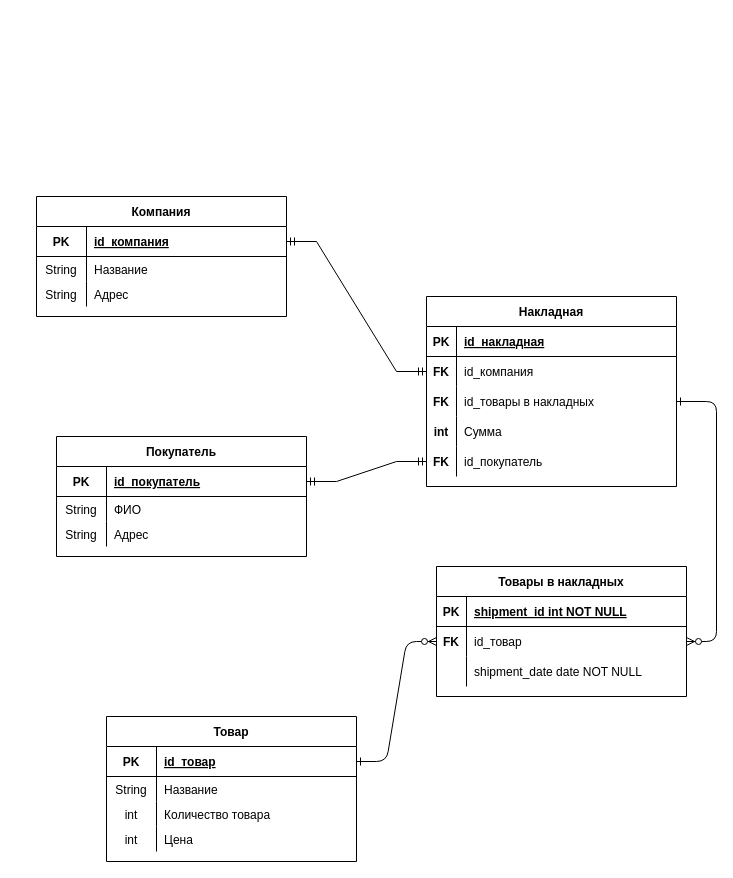
KREeDo5/data-bases keeps this draw.io diagram as LW_2/invoices.drawio. Above is the earlier version. Source tidied: cells renumbered, new cells numbered last; positions are measured from the earlier drawing's top-left corner, leaving out a move shared by most shapes. Both pictures are drawn from the tidied source at 100%, with x=0, y=0 at pixel (36, 196).
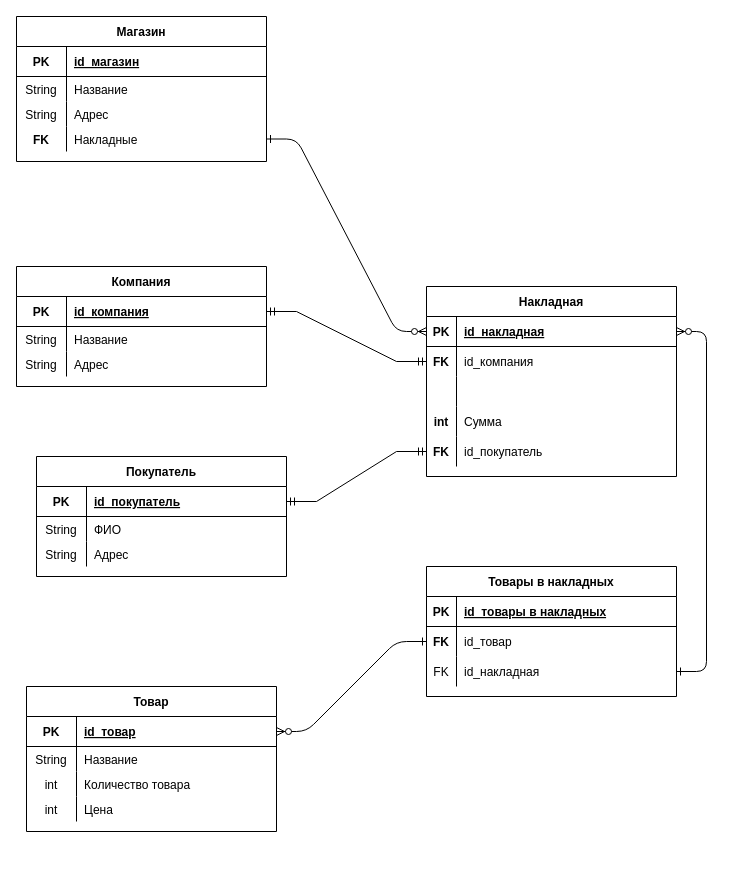
After the change.

Commit message (it also covers changes not shown here):
Обновил отношения и добавил сущности

The change refers to these unchanged cells:
```xml
<mxCell id="5" style="shape=partialRectangle;fillColor=none;points=[[0,0.5],[1,0.5]];portConstraint=eastwest;top=0;left=0;right=0;bottom=1;" parent="4" vertex="1">
  <mxGeometry y="30" width="250" height="30" as="geometry" />
</mxCell>
<mxCell id="11" style="shape=partialRectangle;fillColor=none;points=[[0,0.5],[1,0.5]];portConstraint=eastwest;top=0;left=0;right=0;bottom=0;" parent="4" vertex="1">
  <mxGeometry y="90" width="250" height="30" as="geometry" />
</mxCell>
<mxCell id="21" style="shape=partialRectangle;fillColor=none;top=0;left=0;right=0;bottom=1;" parent="20" vertex="1">
  <mxGeometry y="30" width="250" height="30" as="geometry" />
</mxCell>
<mxCell id="24" style="shape=partialRectangle;fillColor=none;points=[[0,0.5],[1,0.5]];portConstraint=eastwest;top=0;left=0;right=0;bottom=0;" parent="20" vertex="1">
  <mxGeometry y="60" width="250" height="30" as="geometry" />
</mxCell>
<mxCell id="27" style="shape=partialRectangle;fillColor=none;points=[[0,0.5],[1,0.5]];portConstraint=eastwest;top=0;left=0;right=0;bottom=0;" parent="20" vertex="1">
  <mxGeometry y="90" width="250" height="30" as="geometry" />
</mxCell>
<mxCell id="31" style="shape=partialRectangle;fillColor=none;points=[[0,0.5],[1,0.5]];portConstraint=eastwest;top=0;left=0;right=0;bottom=1;" parent="30" vertex="1">
  <mxGeometry y="30" width="250" height="30" as="geometry" />
</mxCell>
```

Diff of the diagram source:
```diff
@@
-    <mxCell id="2" style="edgeStyle=entityRelationEdgeStyle;endArrow=ERzeroToMany;startArrow=ERone;endFill=1;startFill=0;entryX=0;entryY=0.5;entryDx=0;entryDy=0;" parent="1" edge="1" source="31" target="24">
+    <mxCell id="2" style="edgeStyle=entityRelationEdgeStyle;endArrow=ERzeroToMany;startArrow=ERone;endFill=1;startFill=0;exitX=0;exitY=0.5;exitDx=0;exitDy=0;entryX=1;entryY=0.5;entryDx=0;entryDy=0;" parent="1" edge="1" source="24" target="31">
       <mxGeometry relative="1" as="geometry" />
     </mxCell>
-    <mxCell id="3" style="edgeStyle=entityRelationEdgeStyle;endArrow=ERzeroToMany;startArrow=ERone;endFill=1;startFill=0;exitX=1;exitY=0.5;exitDx=0;exitDy=0;" parent="1" edge="1" source="11" target="24">
+    <mxCell id="3" style="edgeStyle=entityRelationEdgeStyle;endArrow=ERzeroToMany;startArrow=ERone;endFill=1;startFill=0;exitX=1;exitY=0.5;exitDx=0;exitDy=0;entryX=1;entryY=0.5;entryDx=0;entryDy=0;" parent="1" edge="1" source="27" target="5">
       <mxGeometry relative="1" as="geometry" />
     </mxCell>
     <mxCell id="4" value="Накладная" style="shape=table;startSize=30;childLayout=tableLayout;rowLines=0;fontStyle=1;align=center;" parent="1" vertex="1">
-      <mxGeometry x="390" y="100" width="250" height="190" as="geometry" />
+      <mxGeometry x="390" y="90" width="250" height="190" as="geometry" />
     </mxCell>
@@
-    <mxCell id="12" value="FK" style="shape=partialRectangle;overflow=hidden;fillColor=none;top=0;left=0;bottom=0;right=0;fontStyle=1;" parent="11" vertex="1">
+    <mxCell id="12" style="shape=partialRectangle;overflow=hidden;fillColor=none;top=0;left=0;bottom=0;right=0;fontStyle=1;" parent="11" vertex="1">
       <mxGeometry width="30" height="30" as="geometry" />
     </mxCell>
-    <mxCell id="13" value="id_товары в накладных" style="shape=partialRectangle;overflow=hidden;fillColor=none;top=0;left=0;bottom=0;right=0;align=left;spacingLeft=6;" parent="11" vertex="1">
+    <mxCell id="13" style="shape=partialRectangle;overflow=hidden;fillColor=none;top=0;left=0;bottom=0;right=0;align=left;spacingLeft=6;" parent="11" vertex="1">
       <mxGeometry x="30" width="220" height="30" as="geometry" />
     </mxCell>
@@
     <mxCell id="20" value="Товары в накладных" style="shape=table;startSize=30;childLayout=tableLayout;rowLines=0;fontStyle=1;align=center;" parent="1" vertex="1">
-      <mxGeometry x="400" y="370" width="250" height="130" as="geometry" />
+      <mxGeometry x="390" y="370" width="250" height="130" as="geometry" />
     </mxCell>
@@
-    <mxCell id="23" value="shipment_id int NOT NULL " style="shape=partialRectangle;overflow=hidden;fillColor=none;top=0;left=0;bottom=0;right=0;align=left;spacingLeft=6;fontStyle=5;" parent="21" vertex="1">
+    <mxCell id="23" value="id_товары в накладных" style="shape=partialRectangle;overflow=hidden;fillColor=none;top=0;left=0;bottom=0;right=0;align=left;spacingLeft=6;fontStyle=5;" parent="21" vertex="1">
       <mxGeometry x="30" width="220" height="30" as="geometry" />
     </mxCell>
@@
-    <mxCell id="28" style="shape=partialRectangle;overflow=hidden;fillColor=none;top=0;left=0;bottom=0;right=0;" parent="27" vertex="1">
+    <mxCell id="28" value="FK" style="shape=partialRectangle;overflow=hidden;fillColor=none;top=0;left=0;bottom=0;right=0;" parent="27" vertex="1">
       <mxGeometry width="30" height="30" as="geometry" />
     </mxCell>
-    <mxCell id="29" value="shipment_date date NOT NULL" style="shape=partialRectangle;overflow=hidden;fillColor=none;top=0;left=0;bottom=0;right=0;align=left;spacingLeft=6;" parent="27" vertex="1">
+    <mxCell id="29" value="id_накладная" style="shape=partialRectangle;overflow=hidden;fillColor=none;top=0;left=0;bottom=0;right=0;align=left;spacingLeft=6;" parent="27" vertex="1">
       <mxGeometry x="30" width="220" height="30" as="geometry" />
     </mxCell>
     <mxCell id="30" value="Товар" style="shape=table;startSize=30;childLayout=tableLayout;rowLines=0;fontStyle=1;align=center;" parent="1" vertex="1">
-      <mxGeometry x="70" y="520" width="250" height="145" as="geometry" />
+      <mxGeometry x="-10" y="490" width="250" height="145" as="geometry" />
     </mxCell>
@@
     <mxCell id="43" value="Компания" style="shape=table;startSize=30;childLayout=tableLayout;rowLines=0;fontStyle=1;align=center;" parent="1" vertex="1">
-      <mxGeometry width="250" height="120" as="geometry" />
+      <mxGeometry x="-20" y="70" width="250" height="120" as="geometry" />
     </mxCell>
@@
     <mxCell id="53" value="Покупатель" style="shape=table;startSize=30;childLayout=tableLayout;rowLines=0;fontStyle=1;align=center;" parent="1" vertex="1">
-      <mxGeometry x="20" y="240" width="250" height="120" as="geometry" />
+      <mxGeometry y="260" width="250" height="120" as="geometry" />
     </mxCell>
@@
+    <mxCell id="65" value="Магазин" style="shape=table;startSize=30;childLayout=tableLayout;rowLines=0;fontStyle=1;align=center;" parent="1" vertex="1">
+      <mxGeometry x="-20" y="-180" width="250" height="145" as="geometry" />
+    </mxCell>
+    <mxCell id="66" style="shape=partialRectangle;fillColor=none;top=0;left=0;right=0;bottom=1;" parent="65" vertex="1">
+      <mxGeometry y="30" width="250" height="30" as="geometry" />
+    </mxCell>
+    <mxCell id="67" value="PK" style="shape=partialRectangle;overflow=hidden;fillColor=none;top=0;left=0;bottom=0;right=0;fontStyle=1;" parent="66" vertex="1">
+      <mxGeometry width="50" height="30" as="geometry" />
+    </mxCell>
+    <mxCell id="68" value="id_магазин" style="shape=partialRectangle;overflow=hidden;fillColor=none;top=0;left=0;bottom=0;right=0;align=left;spacingLeft=6;fontStyle=5;" parent="66" vertex="1">
+      <mxGeometry x="50" width="200" height="30" as="geometry" />
+    </mxCell>
+    <mxCell id="69" style="shape=partialRectangle;fillColor=none;top=0;left=0;right=0;bottom=0;" parent="65" vertex="1">
+      <mxGeometry y="60" width="250" height="25" as="geometry" />
+    </mxCell>
+    <mxCell id="70" value="String" style="shape=partialRectangle;overflow=hidden;fillColor=none;top=0;left=0;bottom=0;right=0;" parent="69" vertex="1">
+      <mxGeometry width="50" height="25" as="geometry" />
+    </mxCell>
+    <mxCell id="71" value="Название" style="shape=partialRectangle;overflow=hidden;fillColor=none;top=0;left=0;bottom=0;right=0;align=left;spacingLeft=6;" parent="69" vertex="1">
+      <mxGeometry x="50" width="200" height="25" as="geometry" />
+    </mxCell>
+    <mxCell id="72" style="shape=partialRectangle;fillColor=none;top=0;left=0;right=0;bottom=0;" parent="65" vertex="1">
+      <mxGeometry y="85" width="250" height="25" as="geometry" />
+    </mxCell>
+    <mxCell id="73" value="String" style="shape=partialRectangle;overflow=hidden;fillColor=none;top=0;left=0;bottom=0;right=0;" parent="72" vertex="1">
+      <mxGeometry width="50" height="25" as="geometry" />
+    </mxCell>
+    <mxCell id="74" value="Адрес" style="shape=partialRectangle;overflow=hidden;fillColor=none;top=0;left=0;bottom=0;right=0;align=left;spacingLeft=6;" parent="72" vertex="1">
+      <mxGeometry x="50" width="200" height="25" as="geometry" />
+    </mxCell>
+    <mxCell id="75" style="shape=partialRectangle;fillColor=none;points=[[0,0.5],[1,0.5]];portConstraint=eastwest;top=0;left=0;right=0;bottom=0;" parent="65" vertex="1">
+      <mxGeometry y="110" width="250" height="25" as="geometry" />
+    </mxCell>
+    <mxCell id="76" value="FK" style="shape=partialRectangle;overflow=hidden;fillColor=none;top=0;left=0;bottom=0;right=0;fontStyle=1;" parent="75" vertex="1">
+      <mxGeometry width="50" height="25" as="geometry" />
+    </mxCell>
+    <mxCell id="77" value="Накладные" style="shape=partialRectangle;overflow=hidden;fillColor=none;top=0;left=0;bottom=0;right=0;align=left;spacingLeft=6;" parent="75" vertex="1">
+      <mxGeometry x="50" width="200" height="25" as="geometry" />
+    </mxCell>
+    <mxCell id="78" style="edgeStyle=entityRelationEdgeStyle;endArrow=ERzeroToMany;startArrow=ERone;endFill=1;startFill=0;exitX=1;exitY=0.5;exitDx=0;exitDy=0;entryX=0;entryY=0.5;entryDx=0;entryDy=0;" parent="1" edge="1" source="75" target="5">
+      <mxGeometry relative="1" as="geometry" />
+    </mxCell>
```
